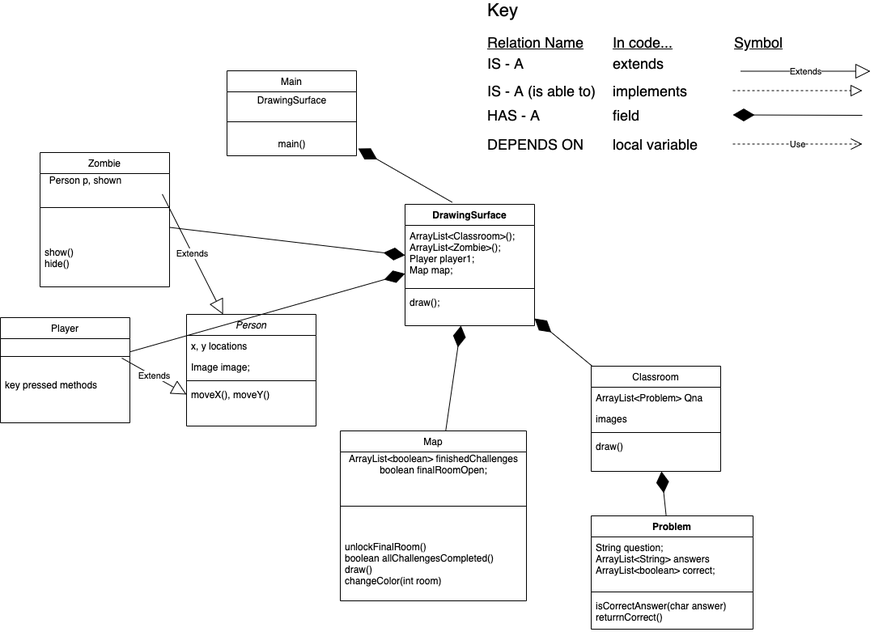
The draw.io diagram doc/UML.png in HHSAPCompSci2020/capstone-project-duckbill-platypuses, before a commit. Source tidied: cells renumbered, new cells last; positions are measured from the earlier drawing's top-left corner, leaving out a move shared by most shapes.
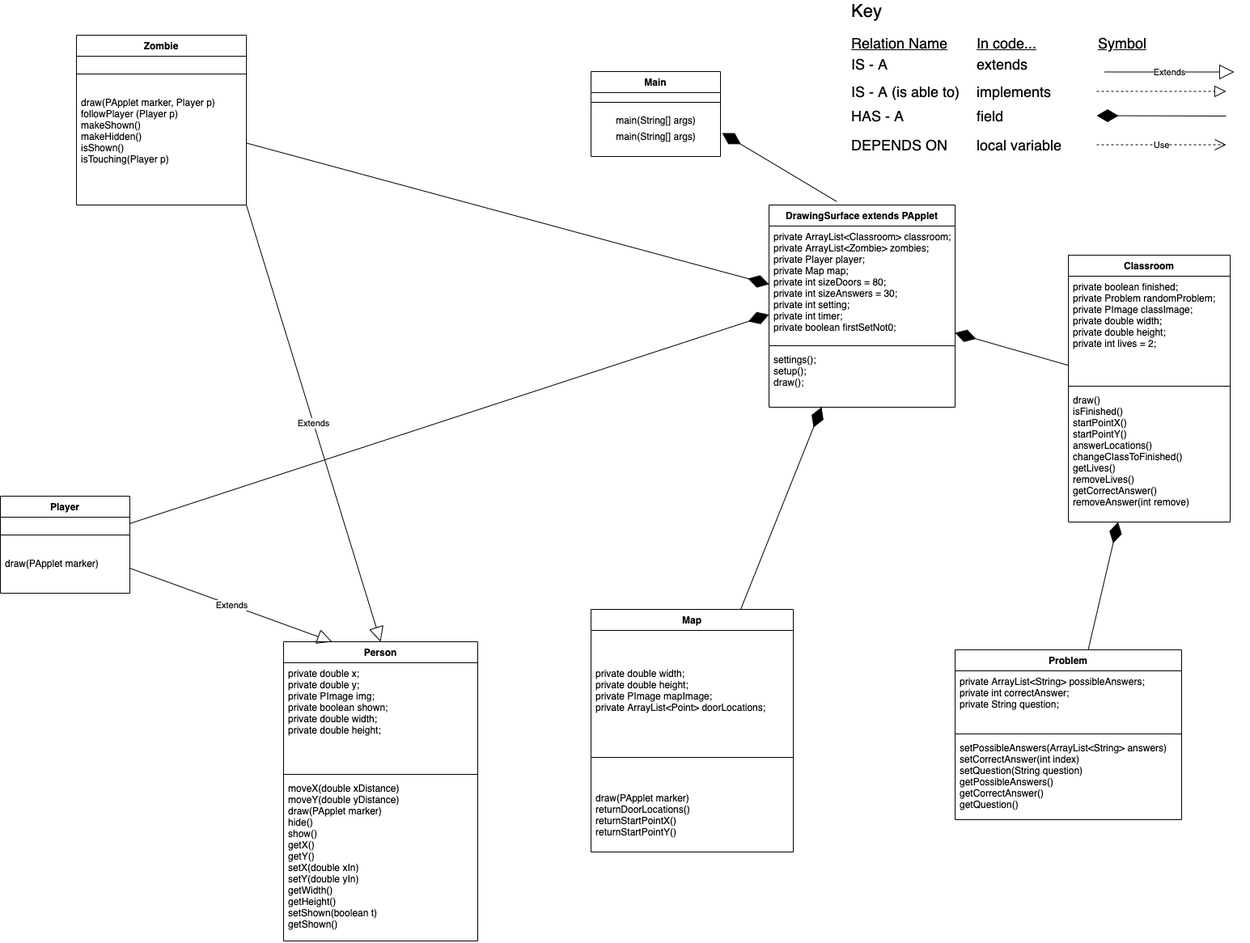
The same file after the commit.

The edit, as a diff of the source:
```diff
@@ -56,102 +56,95 @@
         <mxPoint x="905" y="139.5" as="targetPoint" />
       </mxGeometry>
     </mxCell>
-    <mxCell id="17" value="Person" style="swimlane;fontStyle=2;align=center;verticalAlign=top;horizontal=1;startSize=26;rounded=0;shadow=0;strokeWidth=1;" parent="1" vertex="1">
-      <mxGeometry x="230" y="386" width="160" height="138" as="geometry" />
+    <mxCell id="17" value="Person" style="swimlane;fontStyle=1;align=center;verticalAlign=top;horizontal=1;startSize=26;rounded=0;shadow=0;strokeWidth=1;" parent="1" vertex="1">
+      <mxGeometry x="-100" y="790" width="240" height="370" as="geometry" />
     </mxCell>
-    <mxCell id="18" value="x, y locations" style="text;align=left;verticalAlign=top;spacingLeft=4;spacingRight=4;overflow=hidden;" parent="17" vertex="1">
-      <mxGeometry y="26" width="160" height="26" as="geometry" />
+    <mxCell id="18" value="&#9;private double x;&#10;&#9;private double y;&#10;&#9;private PImage img;&#10;&#9;private boolean shown;&#10;&#9;private double width;&#10;&#9;private double height;" style="text;align=left;verticalAlign=top;spacingLeft=4;spacingRight=4;overflow=hidden;" parent="17" vertex="1">
+      <mxGeometry y="26" width="240" height="134" as="geometry" />
     </mxCell>
-    <mxCell id="19" value="Image image;" style="text;align=left;verticalAlign=top;spacingLeft=4;spacingRight=4;overflow=hidden;rounded=0;shadow=0;html=0;" parent="17" vertex="1">
-      <mxGeometry y="52" width="160" height="26" as="geometry" />
-    </mxCell>
     <mxCell id="20" style="line;html=1;strokeWidth=1;align=left;verticalAlign=middle;spacingTop=-1;spacingLeft=3;spacingRight=3;labelPosition=right;" parent="17" vertex="1">
-      <mxGeometry y="78" width="160" height="8" as="geometry" />
+      <mxGeometry y="160" width="240" height="8" as="geometry" />
     </mxCell>
-    <mxCell id="21" value="moveX(), moveY()" style="text;align=left;verticalAlign=top;spacingLeft=4;spacingRight=4;overflow=hidden;points=[[0,0.5],[1,0.5]];portConstraint=eastwest;" parent="17" vertex="1">
-      <mxGeometry y="86" width="160" height="26" as="geometry" />
+    <mxCell id="21" value="moveX(double xDistance)&#10;moveY(double yDistance)&#10;draw(PApplet marker)&#10;hide()&#10;show()&#10;getX()&#10;getY()&#10;setX(double xIn)&#10;setY(double yIn)&#10;getWidth()&#10;getHeight()&#10;setShown(boolean t)&#10;getShown()" style="text;align=left;verticalAlign=top;spacingLeft=4;spacingRight=4;overflow=hidden;points=[[0,0.5],[1,0.5]];portConstraint=eastwest;" parent="17" vertex="1">
+      <mxGeometry y="168" width="240" height="202" as="geometry" />
     </mxCell>
-    <mxCell id="22" value="Map" style="swimlane;fontStyle=0;align=center;verticalAlign=top;horizontal=1;startSize=26;rounded=0;shadow=0;strokeWidth=1;" parent="1" vertex="1">
-      <mxGeometry x="420" y="530" width="230" height="210" as="geometry" />
+    <mxCell id="22" value="Map" style="swimlane;fontStyle=1;align=center;verticalAlign=top;horizontal=1;startSize=26;rounded=0;shadow=0;strokeWidth=1;" parent="1" vertex="1">
+      <mxGeometry x="280" y="750" width="250" height="300" as="geometry" />
     </mxCell>
-    <mxCell id="23" value="ArrayList&amp;lt;boolean&amp;gt; finishedChallenges&lt;br&gt;boolean finalRoomOpen;&lt;br&gt;" style="text;html=1;align=center;verticalAlign=middle;strokeColor=none;" parent="22" vertex="1">
-      <mxGeometry y="26" width="230" height="30" as="geometry" />
-    </mxCell>
+    <mxCell id="59" value="&lt;p class=&quot;p1&quot; style=&quot;margin: 0px ; font-stretch: normal ; line-height: normal ; color: rgb(204 , 108 , 29)&quot;&gt;&lt;br&gt;&lt;/p&gt;" style="text;html=1;align=center;verticalAlign=middle;strokeColor=none;" parent="22" vertex="1">
+      <mxGeometry y="26" width="250" height="20" as="geometry" />
+    </mxCell>
+    <mxCell id="60" value="&lt;p class=&quot;p1&quot; style=&quot;margin: 0px ; font-stretch: normal ; line-height: normal ; color: rgb(204 , 108 , 29)&quot;&gt;&lt;br&gt;&lt;/p&gt;" style="text;html=1;align=center;verticalAlign=middle;strokeColor=none;" parent="22" vertex="1">
+      <mxGeometry y="46" width="250" height="20" as="geometry" />
+    </mxCell>
+    <mxCell id="61" value="private double width;&#10;&#9;private double height;&#10;&#9;private PImage mapImage;&#10;&#9;private ArrayList&lt;Point&gt; doorLocations; &#10;&#9;" style="text;align=left;verticalAlign=top;spacingLeft=4;spacingRight=4;overflow=hidden;fontStyle=0;" parent="22" vertex="1">
+      <mxGeometry y="66" width="250" height="80" as="geometry" />
+    </mxCell>
     <mxCell id="24" style="line;html=1;strokeWidth=1;align=left;verticalAlign=middle;spacingTop=-1;spacingLeft=3;spacingRight=3;labelPosition=right;" parent="22" vertex="1">
-      <mxGeometry y="56" width="230" height="74" as="geometry" />
+      <mxGeometry y="146" width="250" height="74" as="geometry" />
     </mxCell>
-    <mxCell id="25" value="unlockFinalRoom()&#10;boolean allChallengesCompleted()&#10;draw()&#10;changeColor(int room)&#10;" style="text;align=left;verticalAlign=top;spacingLeft=4;spacingRight=4;overflow=hidden;fontStyle=0;" parent="22" vertex="1">
-      <mxGeometry y="130" width="230" height="80" as="geometry" />
+    <mxCell id="25" value="draw(PApplet marker)&#10;returnDoorLocations()&#10;returnStartPointX()&#10;returnStartPointY()" style="text;align=left;verticalAlign=top;spacingLeft=4;spacingRight=4;overflow=hidden;fontStyle=0;" parent="22" vertex="1">
+      <mxGeometry y="220" width="250" height="80" as="geometry" />
     </mxCell>
-    <mxCell id="26" value="Main" style="swimlane;fontStyle=0;align=center;verticalAlign=top;horizontal=1;startSize=26;rounded=0;shadow=0;strokeWidth=1;" parent="1" vertex="1">
+    <mxCell id="26" value="Main" style="swimlane;fontStyle=1;align=center;verticalAlign=top;horizontal=1;startSize=26;rounded=0;shadow=0;strokeWidth=1;" parent="1" vertex="1">
       <mxGeometry x="280" y="85" width="160" height="105" as="geometry" />
     </mxCell>
-    <mxCell id="27" value="DrawingSurface" style="text;html=1;align=center;verticalAlign=middle;strokeColor=none;" parent="26" vertex="1">
-      <mxGeometry y="26" width="160" height="20" as="geometry" />
-    </mxCell>
     <mxCell id="28" style="line;html=1;strokeWidth=1;align=left;verticalAlign=middle;spacingTop=-1;spacingLeft=3;spacingRight=3;labelPosition=right;" parent="26" vertex="1">
-      <mxGeometry y="46" width="160" height="34" as="geometry" />
+      <mxGeometry y="26" width="160" height="24" as="geometry" />
     </mxCell>
-    <mxCell id="29" value="&lt;span style=&quot;text-align: left&quot;&gt;main()&lt;/span&gt;" style="text;html=1;align=center;verticalAlign=middle;points=[];strokeColor=none;" parent="26" vertex="1">
-      <mxGeometry y="80" width="160" height="20" as="geometry" />
-    </mxCell>
+    <mxCell id="62" value="&lt;p class=&quot;p1&quot; style=&quot;margin: 0px ; font-stretch: normal ; line-height: normal&quot;&gt;&lt;span style=&quot;text-align: left&quot;&gt;main(String[] args)&lt;/span&gt;&lt;br&gt;&lt;/p&gt;" style="text;html=1;align=center;verticalAlign=middle;strokeColor=none;" parent="26" vertex="1">
+      <mxGeometry y="50" width="160" height="20" as="geometry" />
+    </mxCell>
+    <mxCell id="63" value="&lt;p class=&quot;p1&quot; style=&quot;margin: 0px ; font-stretch: normal ; line-height: normal&quot;&gt;&lt;span style=&quot;text-align: left&quot;&gt;main(String[] args)&lt;/span&gt;&lt;br&gt;&lt;/p&gt;" style="text;html=1;align=center;verticalAlign=middle;strokeColor=none;" parent="26" vertex="1">
+      <mxGeometry y="70" width="160" height="20" as="geometry" />
+    </mxCell>
-    <mxCell id="30" value="Classroom" style="swimlane;fontStyle=0;align=center;verticalAlign=top;horizontal=1;startSize=26;rounded=0;shadow=0;strokeWidth=1;" parent="1" vertex="1">
-      <mxGeometry x="730" y="450" width="160" height="130" as="geometry" />
+    <mxCell id="30" value="Classroom" style="swimlane;fontStyle=1;align=center;verticalAlign=top;horizontal=1;startSize=26;rounded=0;shadow=0;strokeWidth=1;" parent="1" vertex="1">
+      <mxGeometry x="870" y="312" width="200" height="330" as="geometry" />
     </mxCell>
-    <mxCell id="31" value="ArrayList&lt;Problem&gt; Qna" style="text;align=left;verticalAlign=top;spacingLeft=4;spacingRight=4;overflow=hidden;" parent="30" vertex="1">
-      <mxGeometry y="26" width="160" height="26" as="geometry" />
+    <mxCell id="31" value="private boolean finished;&#10;&#9;private Problem randomProblem;&#10;&#9;private PImage classImage;&#10;&#9;private double width;&#10;&#9;private double height;&#10;&#9;private int lives = 2;" style="text;align=left;verticalAlign=top;spacingLeft=4;spacingRight=4;overflow=hidden;" parent="30" vertex="1">
+      <mxGeometry y="26" width="200" height="132" as="geometry" />
     </mxCell>
-    <mxCell id="32" value="images" style="text;align=left;verticalAlign=top;spacingLeft=4;spacingRight=4;overflow=hidden;rounded=0;shadow=0;html=0;" parent="30" vertex="1">
-      <mxGeometry y="52" width="160" height="26" as="geometry" />
-    </mxCell>
     <mxCell id="33" style="line;html=1;strokeWidth=1;align=left;verticalAlign=middle;spacingTop=-1;spacingLeft=3;spacingRight=3;labelPosition=right;" parent="30" vertex="1">
-      <mxGeometry y="78" width="160" height="8" as="geometry" />
+      <mxGeometry y="158" width="200" height="8" as="geometry" />
     </mxCell>
-    <mxCell id="34" value="draw()" style="text;align=left;verticalAlign=top;spacingLeft=4;spacingRight=4;overflow=hidden;" parent="30" vertex="1">
-      <mxGeometry y="86" width="160" height="26" as="geometry" />
+    <mxCell id="34" value="draw()&#10;isFinished()&#10;startPointX()&#10;startPointY()&#10;answerLocations()&#10;changeClassToFinished()&#10;getLives()&#10;removeLives()&#10;getCorrectAnswer()&#10;removeAnswer(int remove)" style="text;align=left;verticalAlign=top;spacingLeft=4;spacingRight=4;overflow=hidden;" parent="30" vertex="1">
+      <mxGeometry y="166" width="200" height="164" as="geometry" />
     </mxCell>
-    <mxCell id="35" value="Player" style="swimlane;fontStyle=0;align=center;verticalAlign=top;horizontal=1;startSize=26;rounded=0;shadow=0;strokeWidth=1;" parent="1" vertex="1">
-      <mxGeometry y="390" width="160" height="130" as="geometry" />
+    <mxCell id="35" value="Player" style="swimlane;fontStyle=1;align=center;verticalAlign=top;horizontal=1;startSize=26;rounded=0;shadow=0;strokeWidth=1;" parent="1" vertex="1">
+      <mxGeometry x="-450" y="610" width="160" height="120" as="geometry" />
     </mxCell>
     <mxCell id="36" style="line;html=1;strokeWidth=1;align=left;verticalAlign=middle;spacingTop=-1;spacingLeft=3;spacingRight=3;labelPosition=right;" parent="35" vertex="1">
       <mxGeometry y="26" width="160" height="44" as="geometry" />
     </mxCell>
-    <mxCell id="37" value="key pressed methods" style="text;align=left;verticalAlign=top;spacingLeft=4;spacingRight=4;overflow=hidden;" parent="35" vertex="1">
+    <mxCell id="37" value="draw(PApplet marker)" style="text;align=left;verticalAlign=top;spacingLeft=4;spacingRight=4;overflow=hidden;" parent="35" vertex="1">
       <mxGeometry y="70" width="160" height="26" as="geometry" />
     </mxCell>
-    <mxCell id="38" value="DrawingSurface" style="swimlane;fontStyle=1;align=center;verticalAlign=top;horizontal=1;startSize=26;" parent="1" vertex="1">
-      <mxGeometry x="500" y="250" width="160" height="150" as="geometry" />
+    <mxCell id="38" value="DrawingSurface extends PApplet&#10;" style="swimlane;fontStyle=1;align=center;verticalAlign=top;horizontal=1;startSize=26;" parent="1" vertex="1">
+      <mxGeometry x="500" y="250" width="230" height="250" as="geometry" />
     </mxCell>
-    <mxCell id="39" value="ArrayList&lt;Classroom&gt;();&#10;ArrayList&lt;Zombie&gt;();&#10;Player player1;&#10;Map map;" style="text;strokeColor=none;fillColor=none;align=left;verticalAlign=top;spacingLeft=4;spacingRight=4;overflow=hidden;points=[[0,0.5],[1,0.5]];portConstraint=eastwest;" parent="38" vertex="1">
-      <mxGeometry y="26" width="160" height="74" as="geometry" />
+    <mxCell id="39" value="private ArrayList&lt;Classroom&gt; classroom; &#10;&#9;private ArrayList&lt;Zombie&gt; zombies;&#10;&#9;private Player player;&#10;&#9;private Map map;&#10;&#9;private int sizeDoors = 80;&#10;&#9;private int sizeAnswers = 30;&#10;&#9;private int setting;&#10;&#9;private int timer; &#10;&#9;private boolean firstSetNot0;" style="text;strokeColor=none;fillColor=none;align=left;verticalAlign=top;spacingLeft=4;spacingRight=4;overflow=hidden;points=[[0,0.5],[1,0.5]];portConstraint=eastwest;" parent="38" vertex="1">
+      <mxGeometry y="26" width="230" height="144" as="geometry" />
     </mxCell>
     <mxCell id="40" style="line;strokeWidth=1;fillColor=none;align=left;verticalAlign=middle;spacingTop=-1;spacingLeft=3;spacingRight=3;labelPosition=right;" parent="38" vertex="1">
-      <mxGeometry y="100" width="160" height="8" as="geometry" />
+      <mxGeometry y="170" width="230" height="8" as="geometry" />
     </mxCell>
-    <mxCell id="41" value="draw();" style="text;strokeColor=none;fillColor=none;align=left;verticalAlign=top;spacingLeft=4;spacingRight=4;overflow=hidden;" parent="38" vertex="1">
-      <mxGeometry y="108" width="160" height="42" as="geometry" />
+    <mxCell id="41" value="settings();&#10;setup();&#10;draw();" style="text;strokeColor=none;fillColor=none;align=left;verticalAlign=top;spacingLeft=4;spacingRight=4;overflow=hidden;" parent="38" vertex="1">
+      <mxGeometry y="178" width="230" height="72" as="geometry" />
     </mxCell>
-    <mxCell id="42" value="Zombie" style="swimlane;fontStyle=0;align=center;verticalAlign=top;horizontal=1;startSize=26;rounded=0;shadow=0;strokeWidth=1;" parent="1" vertex="1">
-      <mxGeometry x="49" y="186" width="160" height="166" as="geometry" />
+    <mxCell id="42" value="Zombie" style="swimlane;fontStyle=1;align=center;verticalAlign=top;horizontal=1;startSize=26;rounded=0;shadow=0;strokeWidth=1;" parent="1" vertex="1">
+      <mxGeometry x="-356" y="40" width="210" height="210" as="geometry" />
     </mxCell>
     <mxCell id="43" style="line;html=1;strokeWidth=1;align=left;verticalAlign=middle;spacingTop=-1;spacingLeft=3;spacingRight=3;labelPosition=right;" parent="42" vertex="1">
-      <mxGeometry y="26" width="160" height="84" as="geometry" />
+      <mxGeometry y="26" width="210" height="44" as="geometry" />
     </mxCell>
-    <mxCell id="44" value="show()&#10;hide()&#10;" style="text;align=left;verticalAlign=top;spacingLeft=4;spacingRight=4;overflow=hidden;" parent="42" vertex="1">
-      <mxGeometry y="110" width="160" height="30" as="geometry" />
+    <mxCell id="44" value="draw(PApplet marker, Player p)&#10;followPlayer (Player p) &#10;makeShown()&#10;makeHidden()&#10;isShown()&#10;isTouching(Player p)" style="text;align=left;verticalAlign=top;spacingLeft=4;spacingRight=4;overflow=hidden;" parent="42" vertex="1">
+      <mxGeometry y="70" width="210" height="140" as="geometry" />
     </mxCell>
-    <mxCell id="45" value="&amp;nbsp; &amp;nbsp; &amp;nbsp; &amp;nbsp; &amp;nbsp; &amp;nbsp; &amp;nbsp; &amp;nbsp;Person p, shown" style="text;html=1;align=center;verticalAlign=middle;strokeColor=none;" parent="1" vertex="1">
-      <mxGeometry x="5" y="210" width="150" height="20" as="geometry" />
-    </mxCell>
-    <mxCell id="46" value="Extends" style="endArrow=block;endSize=16;endFill=0;html=1;" parent="1" edge="1" target="17">
-      <mxGeometry relative="1" as="geometry">
-        <mxPoint x="200" y="237.4" as="sourcePoint" />
-      </mxGeometry>
+    <mxCell id="46" value="Extends" style="endArrow=block;endSize=16;endFill=0;html=1;exitX=1;exitY=1;exitDx=0;exitDy=0;entryX=0.5;entryY=0;entryDx=0;entryDy=0;" parent="1" edge="1" source="42" target="17">
+      <mxGeometry relative="1" as="geometry" />
     </mxCell>
-    <mxCell id="47" value="Extends" style="endArrow=block;endSize=16;endFill=0;html=1;entryX=0;entryY=0.5;entryDx=0;entryDy=0;" parent="1" edge="1" target="21">
-      <mxGeometry relative="1" as="geometry">
-        <mxPoint x="150" y="440" as="sourcePoint" />
-      </mxGeometry>
+    <mxCell id="47" value="Extends" style="endArrow=block;endSize=16;endFill=0;html=1;entryX=0.25;entryY=0;entryDx=0;entryDy=0;" parent="1" edge="1" source="35" target="17">
+      <mxGeometry relative="1" as="geometry" />
     </mxCell>
     <mxCell id="48" value="Extends" style="endArrow=block;endSize=16;endFill=0;html=1;" parent="1" edge="1">
       <mxGeometry relative="1" as="geometry">
@@ -168,23 +161,25 @@
     <mxCell id="51" style="endArrow=diamondThin;endFill=1;endSize=24;html=1;" parent="1" edge="1" source="22" target="38">
       <mxGeometry relative="1" as="geometry" />
     </mxCell>
-    <mxCell id="52" style="endArrow=diamondThin;endFill=1;endSize=24;html=1;exitX=0.364;exitY=-0.017;exitDx=0;exitDy=0;exitPerimeter=0;entryX=1.013;entryY=0.8;entryDx=0;entryDy=0;entryPerimeter=0;" parent="1" edge="1" source="38" target="29">
-      <mxGeometry relative="1" as="geometry" />
+    <mxCell id="52" style="endArrow=diamondThin;endFill=1;endSize=24;html=1;exitX=0.364;exitY=-0.017;exitDx=0;exitDy=0;exitPerimeter=0;entryX=1.013;entryY=0.8;entryDx=0;entryDy=0;entryPerimeter=0;" parent="1" edge="1" source="38">
+      <mxGeometry relative="1" as="geometry">
+        <mxPoint x="442.1" y="161" as="targetPoint" />
+      </mxGeometry>
     </mxCell>
     <mxCell id="53" style="endArrow=diamondThin;endFill=1;endSize=24;html=1;" parent="1" edge="1" source="35" target="39">
       <mxGeometry relative="1" as="geometry" />
     </mxCell>
     <mxCell id="54" value="Problem" style="swimlane;fontStyle=1;align=center;verticalAlign=top;horizontal=1;startSize=26;" parent="1" vertex="1">
-      <mxGeometry x="730" y="635" width="200" height="140" as="geometry" />
+      <mxGeometry x="730" y="800" width="280" height="210" as="geometry" />
     </mxCell>
-    <mxCell id="55" value="String question;&#10;ArrayList&lt;String&gt; answers&#10;ArrayList&lt;boolean&gt; correct;&#10;" style="text;strokeColor=none;fillColor=none;align=left;verticalAlign=top;spacingLeft=4;spacingRight=4;overflow=hidden;" parent="54" vertex="1">
-      <mxGeometry y="26" width="200" height="64" as="geometry" />
+    <mxCell id="55" value="private ArrayList&lt;String&gt; possibleAnswers;&#10;&#9;private int correctAnswer;&#10;&#9;private String question;" style="text;strokeColor=none;fillColor=none;align=left;verticalAlign=top;spacingLeft=4;spacingRight=4;overflow=hidden;" parent="54" vertex="1">
+      <mxGeometry y="26" width="280" height="74" as="geometry" />
     </mxCell>
     <mxCell id="56" style="line;strokeWidth=1;fillColor=none;align=left;verticalAlign=middle;spacingTop=-1;spacingLeft=3;spacingRight=3;labelPosition=right;" parent="54" vertex="1">
-      <mxGeometry y="90" width="200" height="8" as="geometry" />
+      <mxGeometry y="100" width="280" height="8" as="geometry" />
     </mxCell>
-    <mxCell id="57" value="isCorrectAnswer(char answer)&#10;returrnCorrect()" style="text;strokeColor=none;fillColor=none;align=left;verticalAlign=top;spacingLeft=4;spacingRight=4;overflow=hidden;" parent="54" vertex="1">
-      <mxGeometry y="98" width="200" height="42" as="geometry" />
+    <mxCell id="57" value="setPossibleAnswers(ArrayList&lt;String&gt; answers)&#10;setCorrectAnswer(int index)&#10;setQuestion(String question)&#10;getPossibleAnswers()&#10;getCorrectAnswer()&#10;getQuestion()&#10;&#10;&#10;" style="text;strokeColor=none;fillColor=none;align=left;verticalAlign=top;spacingLeft=4;spacingRight=4;overflow=hidden;" parent="54" vertex="1">
+      <mxGeometry y="108" width="280" height="102" as="geometry" />
     </mxCell>
     <mxCell id="58" style="endArrow=diamondThin;endFill=1;endSize=24;html=1;" parent="1" edge="1" source="54" target="30">
       <mxGeometry relative="1" as="geometry" />
```
